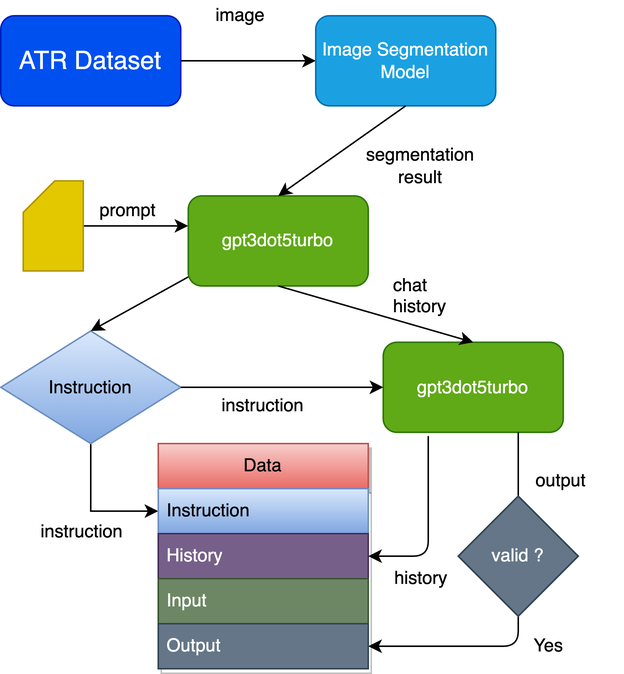
This is pictures/dataset.png from BinciLuo/BUPTBachelorThesis, a draw.io export, as it was before one commit. Source tidied: cells renumbered, new cells last; positions are measured from the earlier drawing's top-left corner, leaving out a move shared by most shapes. Source of this version:
```xml
<mxGraphModel>
  <root>
    <mxCell id="0" />
    <mxCell id="1" parent="0" />
    <mxCell id="2" style="edgeStyle=none;html=1;" parent="1" edge="1" source="3" target="5">
      <mxGeometry relative="1" as="geometry" />
    </mxCell>
    <mxCell id="3" value="&lt;span style=&quot;font-size: 16.8px&quot;&gt;ATR Dataset&lt;/span&gt;" style="rounded=1;whiteSpace=wrap;html=1;fillColor=#0050ef;fontColor=#ffffff;strokeColor=#001DBC;" parent="1" vertex="1">
      <mxGeometry y="10" width="120" height="60" as="geometry" />
    </mxCell>
    <mxCell id="4" value="image" style="text;html=1;strokeColor=none;fillColor=none;align=center;verticalAlign=middle;whiteSpace=wrap;rounded=0;" parent="1" vertex="1">
      <mxGeometry x="140" width="40" height="20" as="geometry" />
    </mxCell>
    <mxCell id="5" value="Image Segmentation Model" style="rounded=1;whiteSpace=wrap;html=1;fillColor=#1ba1e2;fontColor=#ffffff;strokeColor=#006EAF;" parent="1" vertex="1">
      <mxGeometry x="210" y="10" width="120" height="60" as="geometry" />
    </mxCell>
    <mxCell id="6" value="gpt3dot5turbo" style="rounded=1;whiteSpace=wrap;html=1;fillColor=#60a917;fontColor=#ffffff;strokeColor=#2D7600;" parent="1" vertex="1">
      <mxGeometry x="125" y="130" width="120" height="60" as="geometry" />
    </mxCell>
    <mxCell id="7" value="segmentation result" style="text;html=1;strokeColor=none;fillColor=none;align=center;verticalAlign=middle;whiteSpace=wrap;rounded=0;" parent="1" vertex="1">
      <mxGeometry x="260" y="100" width="40" height="20" as="geometry" />
    </mxCell>
    <mxCell id="8" style="edgeStyle=orthogonalEdgeStyle;rounded=0;jettySize=auto;html=1;entryX=0;entryY=0.333;entryDx=0;entryDy=0;entryPerimeter=0;" parent="1" edge="1" source="9" target="6">
      <mxGeometry relative="1" as="geometry" />
    </mxCell>
    <mxCell id="9" style="shape=card;whiteSpace=wrap;html=1;size=21;fillColor=#e3c800;fontColor=#000000;strokeColor=#B09500;" parent="1" vertex="1">
      <mxGeometry x="15" y="120" width="40" height="60" as="geometry" />
    </mxCell>
    <mxCell id="10" value="prompt" style="text;html=1;strokeColor=none;fillColor=none;align=center;verticalAlign=middle;whiteSpace=wrap;rounded=0;" parent="1" vertex="1">
      <mxGeometry x="65" y="130" width="40" height="20" as="geometry" />
    </mxCell>
    <mxCell id="11" style="edgeStyle=orthogonalEdgeStyle;rounded=0;jettySize=auto;html=1;exitX=0.5;exitY=1;exitDx=0;exitDy=0;entryX=0;entryY=0.5;entryDx=0;entryDy=0;" parent="1" edge="1" source="12" target="28">
      <mxGeometry relative="1" as="geometry" />
    </mxCell>
    <mxCell id="12" value="Instruction" style="rhombus;whiteSpace=wrap;html=1;fillColor=#dae8fc;strokeColor=#6c8ebf;gradientColor=#7ea6e0;" parent="1" vertex="1">
      <mxGeometry y="220" width="120" height="75" as="geometry" />
    </mxCell>
    <mxCell id="13" style="edgeStyle=none;html=1;exitX=0.75;exitY=1;exitDx=0;exitDy=0;startArrow=none;" parent="1" edge="1" source="34">
      <mxGeometry relative="1" as="geometry">
        <mxPoint x="345" y="370" as="targetPoint" />
      </mxGeometry>
    </mxCell>
    <mxCell id="14" value="&lt;span&gt;gpt3dot5turbo&lt;/span&gt;" style="rounded=1;whiteSpace=wrap;html=1;fillColor=#60a917;fontColor=#ffffff;strokeColor=#2D7600;" parent="1" vertex="1">
      <mxGeometry x="255" y="227.5" width="120" height="60" as="geometry" />
    </mxCell>
    <mxCell id="15" style="endArrow=classic;html=1;exitX=1;exitY=0.5;exitDx=0;exitDy=0;" parent="1" edge="1" source="12" target="14">
      <mxGeometry relative="1" as="geometry" />
    </mxCell>
    <mxCell id="16" style="endArrow=classic;html=1;exitX=0.5;exitY=1;exitDx=0;exitDy=0;entryX=0.5;entryY=0;entryDx=0;entryDy=0;" parent="1" edge="1" source="6" target="14">
      <mxGeometry relative="1" as="geometry" />
    </mxCell>
    <mxCell id="17" value="chat &lt;br&gt;history" style="text;html=1;align=left;verticalAlign=top;spacingTop=-4;" parent="1" vertex="1">
      <mxGeometry x="260" y="180" width="50" height="30" as="geometry" />
    </mxCell>
    <mxCell id="18" value="instruction" style="text;html=1;strokeColor=none;fillColor=none;align=center;verticalAlign=middle;whiteSpace=wrap;rounded=0;" parent="1" vertex="1">
      <mxGeometry x="155" y="260" width="40" height="20" as="geometry" />
    </mxCell>
    <mxCell id="19" style="endArrow=classic;html=1;exitX=0.5;exitY=1;exitDx=0;exitDy=0;entryX=0.5;entryY=0;entryDx=0;entryDy=0;" parent="1" edge="1" source="5" target="6">
      <mxGeometry relative="1" as="geometry" />
    </mxCell>
    <mxCell id="20" style="endArrow=classic;html=1;exitX=0;exitY=0.9;exitDx=0;exitDy=0;entryX=0.5;entryY=0;entryDx=0;entryDy=0;exitPerimeter=0;" parent="1" edge="1" source="6" target="12">
      <mxGeometry relative="1" as="geometry" />
    </mxCell>
    <mxCell id="21" style="edgeStyle=orthogonalEdgeStyle;rounded=0;orthogonalLoop=1;jettySize=auto;html=1;exitX=0.5;exitY=1;exitDx=0;exitDy=0;" parent="1" edge="1" source="12" target="12">
      <mxGeometry relative="1" as="geometry" />
    </mxCell>
    <mxCell id="22" value="instruction" style="text;html=1;" parent="1" vertex="1">
      <mxGeometry x="25" y="340" width="80" height="30" as="geometry" />
    </mxCell>
    <mxCell id="23" value="output" style="text;html=1;align=left;verticalAlign=top;spacingTop=-4;" parent="1" vertex="1">
      <mxGeometry x="355" y="310" width="60" height="20" as="geometry" />
    </mxCell>
    <mxCell id="24" value="&lt;span style=&quot;text-align: left;&quot;&gt;history&lt;/span&gt;" style="text;html=1;align=center;verticalAlign=middle;strokeColor=none;fillColor=none;" parent="1" vertex="1">
      <mxGeometry x="250" y="370" width="60" height="30" as="geometry" />
    </mxCell>
    <mxCell id="25" style="edgeStyle=none;html=1;exitX=0.5;exitY=1;exitDx=0;exitDy=0;entryX=1;entryY=0.5;entryDx=0;entryDy=0;" parent="1" edge="1" source="34" target="31">
      <mxGeometry relative="1" as="geometry">
        <Array as="points">
          <mxPoint x="345" y="430" />
        </Array>
      </mxGeometry>
    </mxCell>
    <mxCell id="26" value="Yes" style="text;html=1;align=center;verticalAlign=middle;strokeColor=none;fillColor=none;" parent="1" vertex="1">
      <mxGeometry x="345" y="415" width="40" height="30" as="geometry" />
    </mxCell>
    <mxCell id="27" value="Data" style="swimlane;fontStyle=0;horizontal=1;startSize=30;whiteSpace=wrap;html=1;shadow=1;fillColor=#f8cecc;gradientColor=#ea6b66;strokeColor=#b85450;" parent="1" vertex="1">
      <mxGeometry x="105" y="295" width="140" height="150" as="geometry" />
    </mxCell>
    <mxCell id="28" value="Instruction" style="text;strokeColor=#6c8ebf;fillColor=#dae8fc;align=left;verticalAlign=middle;spacingLeft=4;spacingRight=4;overflow=hidden;points=[[0,0.5],[1,0.5]];portConstraint=eastwest;whiteSpace=wrap;html=1;gradientColor=#7ea6e0;" parent="27" vertex="1">
      <mxGeometry y="30" width="140" height="30" as="geometry" />
    </mxCell>
    <mxCell id="29" value="History" style="text;strokeColor=#432D57;fillColor=#76608a;align=left;verticalAlign=middle;spacingLeft=4;spacingRight=4;overflow=hidden;points=[[0,0.5],[1,0.5]];portConstraint=eastwest;whiteSpace=wrap;html=1;fontColor=#ffffff;" parent="27" vertex="1">
      <mxGeometry y="60" width="140" height="30" as="geometry" />
    </mxCell>
    <mxCell id="30" value="Input" style="text;strokeColor=#3A5431;fillColor=#6d8764;align=left;verticalAlign=middle;spacingLeft=4;spacingRight=4;overflow=hidden;whiteSpace=wrap;html=1;fontColor=#ffffff;" parent="27" vertex="1">
      <mxGeometry y="90" width="140" height="30" as="geometry" />
    </mxCell>
    <mxCell id="31" value="Output" style="text;strokeColor=#314354;fillColor=#647687;align=left;verticalAlign=middle;spacingLeft=4;spacingRight=4;overflow=hidden;points=[[0,0.5],[1,0.5]];portConstraint=eastwest;whiteSpace=wrap;html=1;fontColor=#ffffff;" parent="27" vertex="1">
      <mxGeometry y="120" width="140" height="30" as="geometry" />
    </mxCell>
    <mxCell id="32" style="endArrow=classic;html=1;entryX=1;entryY=0.5;entryDx=0;entryDy=0;" parent="1" edge="1" target="29">
      <mxGeometry relative="1" as="geometry">
        <mxPoint x="285" y="290" as="sourcePoint" />
        <Array as="points">
          <mxPoint x="285" y="370" />
        </Array>
      </mxGeometry>
    </mxCell>
    <mxCell id="33" style="edgeStyle=none;html=1;exitX=0.75;exitY=1;exitDx=0;exitDy=0;endArrow=none;" parent="1" edge="1" source="14" target="34">
      <mxGeometry relative="1" as="geometry" />
    </mxCell>
    <mxCell id="34" value="valid ?" style="rhombus;whiteSpace=wrap;html=1;fillColor=#647687;fontColor=#ffffff;strokeColor=#314354;" parent="1" vertex="1">
      <mxGeometry x="305" y="330" width="80" height="80" as="geometry" />
    </mxCell>
  </root>
</mxGraphModel>
```
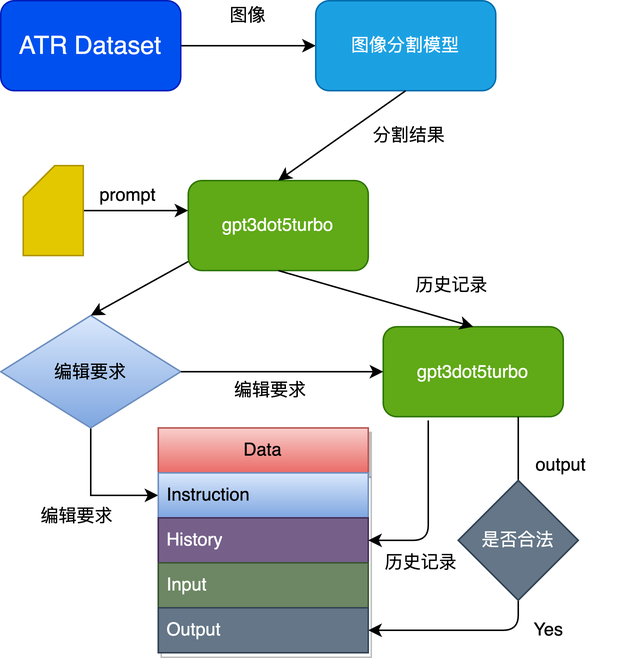
After the commit.

Change to the diagram source:
```diff
@@ -8,17 +8,17 @@
     <mxCell id="3" value="&lt;span style=&quot;font-size: 16.8px&quot;&gt;ATR Dataset&lt;/span&gt;" style="rounded=1;whiteSpace=wrap;html=1;fillColor=#0050ef;fontColor=#ffffff;strokeColor=#001DBC;" parent="1" vertex="1">
       <mxGeometry y="10" width="120" height="60" as="geometry" />
     </mxCell>
-    <mxCell id="4" value="image" style="text;html=1;strokeColor=none;fillColor=none;align=center;verticalAlign=middle;whiteSpace=wrap;rounded=0;" parent="1" vertex="1">
-      <mxGeometry x="140" width="40" height="20" as="geometry" />
+    <mxCell id="4" value="图像" style="text;html=1;strokeColor=none;fillColor=none;align=center;verticalAlign=middle;whiteSpace=wrap;rounded=0;" parent="1" vertex="1">
+      <mxGeometry x="145" y="10" width="40" height="20" as="geometry" />
     </mxCell>
-    <mxCell id="5" value="Image Segmentation Model" style="rounded=1;whiteSpace=wrap;html=1;fillColor=#1ba1e2;fontColor=#ffffff;strokeColor=#006EAF;" parent="1" vertex="1">
+    <mxCell id="5" value="图像分割模型" style="rounded=1;whiteSpace=wrap;html=1;fillColor=#1ba1e2;fontColor=#ffffff;strokeColor=#006EAF;" parent="1" vertex="1">
       <mxGeometry x="210" y="10" width="120" height="60" as="geometry" />
     </mxCell>
     <mxCell id="6" value="gpt3dot5turbo" style="rounded=1;whiteSpace=wrap;html=1;fillColor=#60a917;fontColor=#ffffff;strokeColor=#2D7600;" parent="1" vertex="1">
       <mxGeometry x="125" y="130" width="120" height="60" as="geometry" />
     </mxCell>
-    <mxCell id="7" value="segmentation result" style="text;html=1;strokeColor=none;fillColor=none;align=center;verticalAlign=middle;whiteSpace=wrap;rounded=0;" parent="1" vertex="1">
-      <mxGeometry x="260" y="100" width="40" height="20" as="geometry" />
+    <mxCell id="7" value="分割结果" style="text;html=1;strokeColor=none;fillColor=none;align=center;verticalAlign=middle;whiteSpace=wrap;rounded=0;" parent="1" vertex="1">
+      <mxGeometry x="245" y="90" width="55" height="20" as="geometry" />
     </mxCell>
     <mxCell id="8" style="edgeStyle=orthogonalEdgeStyle;rounded=0;jettySize=auto;html=1;entryX=0;entryY=0.333;entryDx=0;entryDy=0;entryPerimeter=0;" parent="1" edge="1" source="9" target="6">
       <mxGeometry relative="1" as="geometry" />
@@ -32,7 +32,7 @@
     <mxCell id="11" style="edgeStyle=orthogonalEdgeStyle;rounded=0;jettySize=auto;html=1;exitX=0.5;exitY=1;exitDx=0;exitDy=0;entryX=0;entryY=0.5;entryDx=0;entryDy=0;" parent="1" edge="1" source="12" target="28">
       <mxGeometry relative="1" as="geometry" />
     </mxCell>
-    <mxCell id="12" value="Instruction" style="rhombus;whiteSpace=wrap;html=1;fillColor=#dae8fc;strokeColor=#6c8ebf;gradientColor=#7ea6e0;" parent="1" vertex="1">
+    <mxCell id="12" value="编辑要求" style="rhombus;whiteSpace=wrap;html=1;fillColor=#dae8fc;strokeColor=#6c8ebf;gradientColor=#7ea6e0;" parent="1" vertex="1">
       <mxGeometry y="220" width="120" height="75" as="geometry" />
     </mxCell>
     <mxCell id="13" style="edgeStyle=none;html=1;exitX=0.75;exitY=1;exitDx=0;exitDy=0;startArrow=none;" parent="1" edge="1" source="34">
@@ -49,11 +49,11 @@
     <mxCell id="16" style="endArrow=classic;html=1;exitX=0.5;exitY=1;exitDx=0;exitDy=0;entryX=0.5;entryY=0;entryDx=0;entryDy=0;" parent="1" edge="1" source="6" target="14">
       <mxGeometry relative="1" as="geometry" />
     </mxCell>
-    <mxCell id="17" value="chat &lt;br&gt;history" style="text;html=1;align=left;verticalAlign=top;spacingTop=-4;" parent="1" vertex="1">
-      <mxGeometry x="260" y="180" width="50" height="30" as="geometry" />
+    <mxCell id="17" value="历史记录" style="text;html=1;align=left;verticalAlign=top;spacingTop=-4;" parent="1" vertex="1">
+      <mxGeometry x="275" y="190" width="70" height="20" as="geometry" />
     </mxCell>
-    <mxCell id="18" value="instruction" style="text;html=1;strokeColor=none;fillColor=none;align=center;verticalAlign=middle;whiteSpace=wrap;rounded=0;" parent="1" vertex="1">
-      <mxGeometry x="155" y="260" width="40" height="20" as="geometry" />
+    <mxCell id="18" value="编辑要求" style="text;html=1;strokeColor=none;fillColor=none;align=center;verticalAlign=middle;whiteSpace=wrap;rounded=0;" parent="1" vertex="1">
+      <mxGeometry x="155" y="260" width="50" height="20" as="geometry" />
     </mxCell>
     <mxCell id="19" style="endArrow=classic;html=1;exitX=0.5;exitY=1;exitDx=0;exitDy=0;entryX=0.5;entryY=0;entryDx=0;entryDy=0;" parent="1" edge="1" source="5" target="6">
       <mxGeometry relative="1" as="geometry" />
@@ -64,14 +64,14 @@
     <mxCell id="21" style="edgeStyle=orthogonalEdgeStyle;rounded=0;orthogonalLoop=1;jettySize=auto;html=1;exitX=0.5;exitY=1;exitDx=0;exitDy=0;" parent="1" edge="1" source="12" target="12">
       <mxGeometry relative="1" as="geometry" />
     </mxCell>
-    <mxCell id="22" value="instruction" style="text;html=1;" parent="1" vertex="1">
+    <mxCell id="22" value="&lt;span style=&quot;text-align: center;&quot;&gt;编辑要求&lt;/span&gt;" style="text;html=1;" parent="1" vertex="1">
       <mxGeometry x="25" y="340" width="80" height="30" as="geometry" />
     </mxCell>
     <mxCell id="23" value="output" style="text;html=1;align=left;verticalAlign=top;spacingTop=-4;" parent="1" vertex="1">
       <mxGeometry x="355" y="310" width="60" height="20" as="geometry" />
     </mxCell>
-    <mxCell id="24" value="&lt;span style=&quot;text-align: left;&quot;&gt;history&lt;/span&gt;" style="text;html=1;align=center;verticalAlign=middle;strokeColor=none;fillColor=none;" parent="1" vertex="1">
-      <mxGeometry x="250" y="370" width="60" height="30" as="geometry" />
+    <mxCell id="24" value="&lt;span style=&quot;text-align: left;&quot;&gt;历史记录&lt;/span&gt;" style="text;html=1;align=center;verticalAlign=middle;strokeColor=none;fillColor=none;" parent="1" vertex="1">
+      <mxGeometry x="245" y="370" width="70" height="30" as="geometry" />
     </mxCell>
     <mxCell id="25" style="edgeStyle=none;html=1;exitX=0.5;exitY=1;exitDx=0;exitDy=0;entryX=1;entryY=0.5;entryDx=0;entryDy=0;" parent="1" edge="1" source="34" target="31">
       <mxGeometry relative="1" as="geometry">
@@ -109,7 +109,7 @@
     <mxCell id="33" style="edgeStyle=none;html=1;exitX=0.75;exitY=1;exitDx=0;exitDy=0;endArrow=none;" parent="1" edge="1" source="14" target="34">
       <mxGeometry relative="1" as="geometry" />
     </mxCell>
-    <mxCell id="34" value="valid ?" style="rhombus;whiteSpace=wrap;html=1;fillColor=#647687;fontColor=#ffffff;strokeColor=#314354;" parent="1" vertex="1">
+    <mxCell id="34" value="是否合法" style="rhombus;whiteSpace=wrap;html=1;fillColor=#647687;fontColor=#ffffff;strokeColor=#314354;" parent="1" vertex="1">
       <mxGeometry x="305" y="330" width="80" height="80" as="geometry" />
     </mxCell>
   </root>
```
